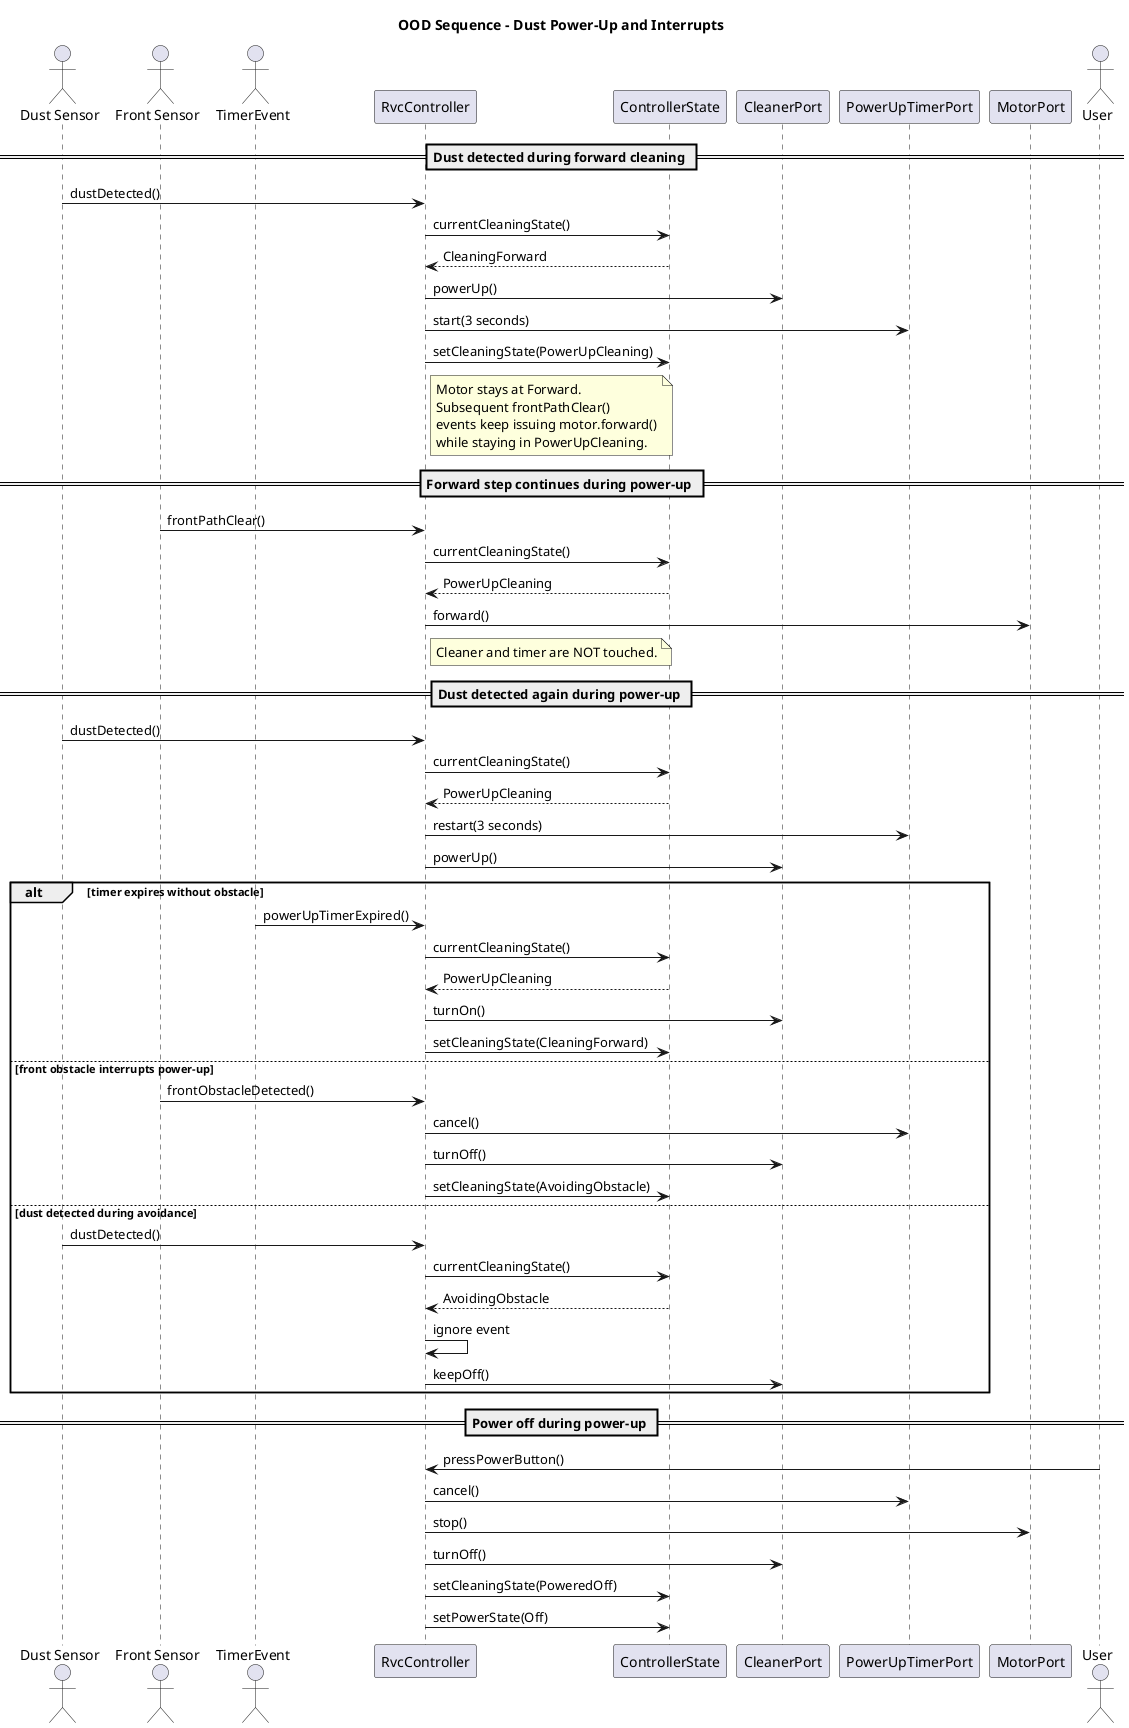
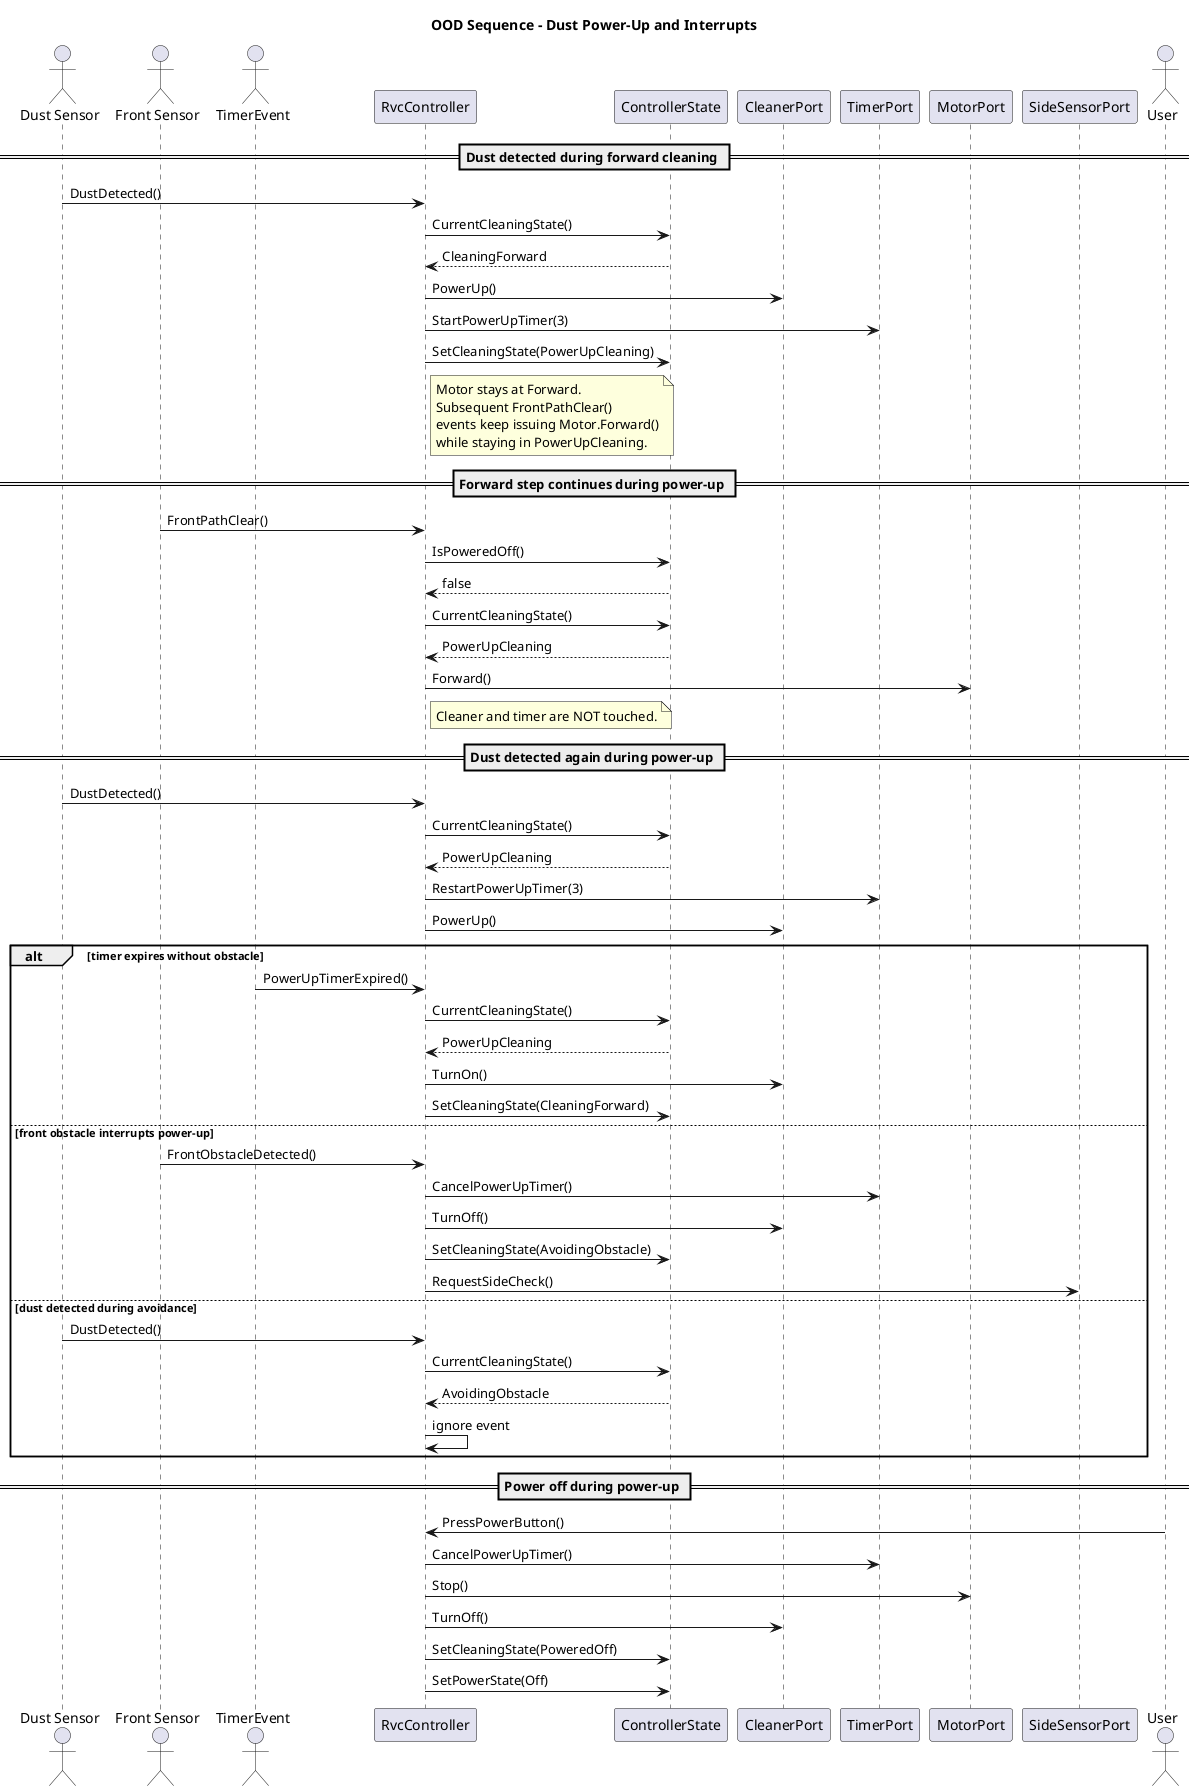
@startuml
title OOD Sequence - Dust Power-Up and Interrupts

actor "Dust Sensor" as DustSensor
actor "Front Sensor" as FrontSensor
actor TimerEvent
participant "RvcController" as Controller
participant "ControllerState" as State
participant "CleanerPort" as Cleaner
- participant "PowerUpTimerPort" as Timer
+ participant "TimerPort" as Timer
participant "MotorPort" as Motor
+ participant "SideSensorPort" as SideSensor

== Dust detected during forward cleaning ==
- DustSensor -> Controller: dustDetected()
- Controller -> State: currentCleaningState()
+ DustSensor -> Controller: DustDetected()
+ Controller -> State: CurrentCleaningState()
State --> Controller: CleaningForward
- Controller -> Cleaner: powerUp()
- Controller -> Timer: start(3 seconds)
- Controller -> State: setCleaningState(PowerUpCleaning)
+ Controller -> Cleaner: PowerUp()
+ Controller -> Timer: StartPowerUpTimer(3)
+ Controller -> State: SetCleaningState(PowerUpCleaning)
note right of Controller
  Motor stays at Forward.
-   Subsequent frontPathClear()
-   events keep issuing motor.forward()
+   Subsequent FrontPathClear()
+   events keep issuing Motor.Forward()
  while staying in PowerUpCleaning.
end note

== Forward step continues during power-up ==
- FrontSensor -> Controller: frontPathClear()
- Controller -> State: currentCleaningState()
+ FrontSensor -> Controller: FrontPathClear()
+ Controller -> State: IsPoweredOff()
+ State --> Controller: false
+ Controller -> State: CurrentCleaningState()
State --> Controller: PowerUpCleaning
- Controller -> Motor: forward()
+ Controller -> Motor: Forward()
note right of Controller
  Cleaner and timer are NOT touched.
end note

== Dust detected again during power-up ==
- DustSensor -> Controller: dustDetected()
- Controller -> State: currentCleaningState()
+ DustSensor -> Controller: DustDetected()
+ Controller -> State: CurrentCleaningState()
State --> Controller: PowerUpCleaning
- Controller -> Timer: restart(3 seconds)
- Controller -> Cleaner: powerUp()
+ Controller -> Timer: RestartPowerUpTimer(3)
+ Controller -> Cleaner: PowerUp()

alt timer expires without obstacle
-   TimerEvent -> Controller: powerUpTimerExpired()
-   Controller -> State: currentCleaningState()
+   TimerEvent -> Controller: PowerUpTimerExpired()
+   Controller -> State: CurrentCleaningState()
  State --> Controller: PowerUpCleaning
-   Controller -> Cleaner: turnOn()
-   Controller -> State: setCleaningState(CleaningForward)
+   Controller -> Cleaner: TurnOn()
+   Controller -> State: SetCleaningState(CleaningForward)
else front obstacle interrupts power-up
-   FrontSensor -> Controller: frontObstacleDetected()
-   Controller -> Timer: cancel()
-   Controller -> Cleaner: turnOff()
-   Controller -> State: setCleaningState(AvoidingObstacle)
+   FrontSensor -> Controller: FrontObstacleDetected()
+   Controller -> Timer: CancelPowerUpTimer()
+   Controller -> Cleaner: TurnOff()
+   Controller -> State: SetCleaningState(AvoidingObstacle)
+   Controller -> SideSensor: RequestSideCheck()
else dust detected during avoidance
-   DustSensor -> Controller: dustDetected()
-   Controller -> State: currentCleaningState()
+   DustSensor -> Controller: DustDetected()
+   Controller -> State: CurrentCleaningState()
  State --> Controller: AvoidingObstacle
  Controller -> Controller: ignore event
-   Controller -> Cleaner: keepOff()
end

== Power off during power-up ==
actor User
- User -> Controller: pressPowerButton()
- Controller -> Timer: cancel()
- Controller -> Motor: stop()
- Controller -> Cleaner: turnOff()
- Controller -> State: setCleaningState(PoweredOff)
- Controller -> State: setPowerState(Off)
+ User -> Controller: PressPowerButton()
+ Controller -> Timer: CancelPowerUpTimer()
+ Controller -> Motor: Stop()
+ Controller -> Cleaner: TurnOff()
+ Controller -> State: SetCleaningState(PoweredOff)
+ Controller -> State: SetPowerState(Off)
@enduml
